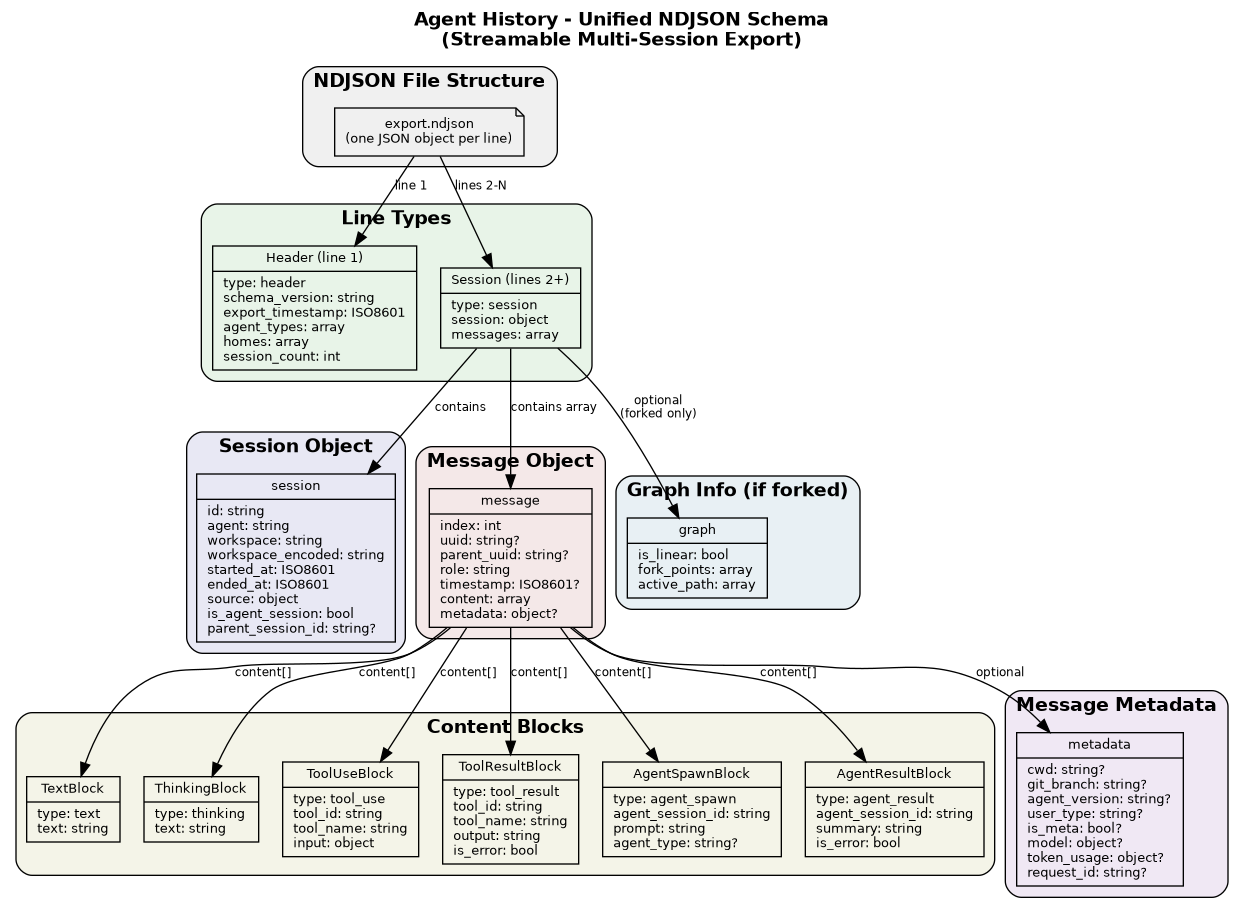
Before: docs/specs/schema/unified-json-schema.png, a diagram exported from Graphviz (kvsankar/agent-history). Its source is kept beside it as docs/specs/schema/unified-json-schema.dot.
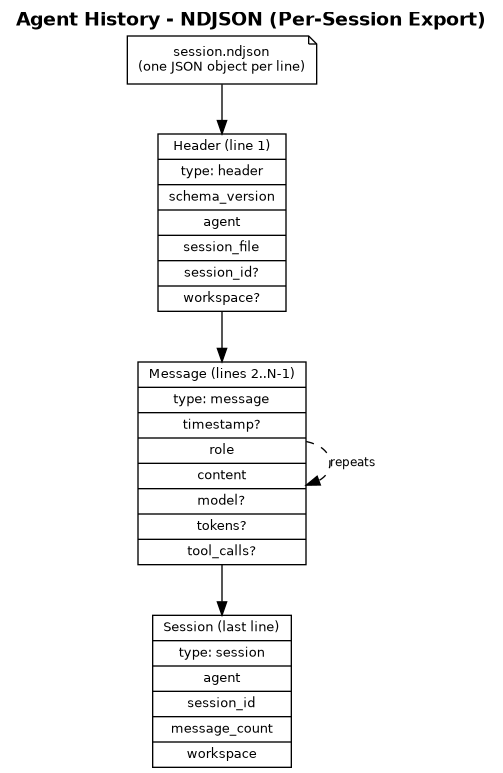
After the change.

Diff of the diagram source:
```diff
@@ -5,88 +5,18 @@
     edge [fontname="Helvetica", fontsize=9];
 
     labelloc="t";
-    label="Agent History - Unified NDJSON Schema\n(Streamable Multi-Session Export)";
+    label="Agent History - NDJSON (Per-Session Export)";
     fontsize=14;
     fontname="Helvetica-Bold";
 
-    subgraph cluster_file {
-        label="NDJSON File Structure";
-        style=rounded;
-        bgcolor="#f0f0f0";
+    file [shape=note, label="session.ndjson\n(one JSON object per line)"];
 
-        file [shape=note, label="export.ndjson\n(one JSON object per line)"];
-    }
+    header [label="{Header (line 1)|type: header|schema_version|agent|session_file|session_id? |workspace?}"];
+    message [label="{Message (lines 2..N-1)|type: message|timestamp? |role|content|model? |tokens? |tool_calls?}"];
+    session [label="{Session (last line)|type: session|agent|session_id|message_count|workspace}"];
 
-    subgraph cluster_lines {
-        label="Line Types";
-        style=rounded;
-        bgcolor="#e8f4e8";
-
-        header [label="{Header (line 1)|type: header\lschema_version: string\lexport_timestamp: ISO8601\lagent_types: array\lhomes: array\lsession_count: int\l}"];
-
-        session [label="{Session (lines 2+)|type: session\lsession: object\lmessages: array\l}"];
-    }
-
-    subgraph cluster_session {
-        label="Session Object";
-        style=rounded;
-        bgcolor="#e8e8f4";
-
-        session_obj [label="{session|id: string\lagent: string\lworkspace: string\lworkspace_encoded: string\lstarted_at: ISO8601\lended_at: ISO8601\lsource: object\lis_agent_session: bool\lparent_session_id: string?\l}"];
-    }
-
-    subgraph cluster_message {
-        label="Message Object";
-        style=rounded;
-        bgcolor="#f4e8e8";
-
-        message [label="{message|index: int\luuid: string?\lparent_uuid: string?\lrole: string\ltimestamp: ISO8601?\lcontent: array\lmetadata: object?\l}"];
-    }
-
-    subgraph cluster_content {
-        label="Content Blocks";
-        style=rounded;
-        bgcolor="#f4f4e8";
-
-        text_block [label="{TextBlock|type: text\ltext: string\l}"];
-
-        thinking_block [label="{ThinkingBlock|type: thinking\ltext: string\l}"];
-
-        tool_use [label="{ToolUseBlock|type: tool_use\ltool_id: string\ltool_name: string\linput: object\l}"];
-
-        tool_result [label="{ToolResultBlock|type: tool_result\ltool_id: string\ltool_name: string\loutput: string\lis_error: bool\l}"];
-
-        agent_spawn [label="{AgentSpawnBlock|type: agent_spawn\lagent_session_id: string\lprompt: string\lagent_type: string?\l}"];
-
-        agent_result [label="{AgentResultBlock|type: agent_result\lagent_session_id: string\lsummary: string\lis_error: bool\l}"];
-    }
-
-    subgraph cluster_metadata {
-        label="Message Metadata";
-        style=rounded;
-        bgcolor="#f0e8f4";
-
-        metadata [label="{metadata|cwd: string?\lgit_branch: string?\lagent_version: string?\luser_type: string?\lis_meta: bool?\lmodel: object?\ltoken_usage: object?\lrequest_id: string?\l}"];
-    }
-
-    subgraph cluster_graph {
-        label="Graph Info (if forked)";
-        style=rounded;
-        bgcolor="#e8f0f4";
-
-        graph_info [label="{graph|is_linear: bool\lfork_points: array\lactive_path: array\l}"];
-    }
-
-    file -> header [label="line 1"];
-    file -> session [label="lines 2-N"];
-    session -> session_obj [label="contains"];
-    session -> message [label="contains array"];
-    message -> text_block [label="content[]"];
-    message -> thinking_block [label="content[]"];
-    message -> tool_use [label="content[]"];
-    message -> tool_result [label="content[]"];
-    message -> agent_spawn [label="content[]"];
-    message -> agent_result [label="content[]"];
-    message -> metadata [label="optional"];
-    session -> graph_info [label="optional\n(forked only)"];
+    file -> header;
+    header -> message;
+    message -> message [label="repeats", style=dashed];
+    message -> session;
 }
```
